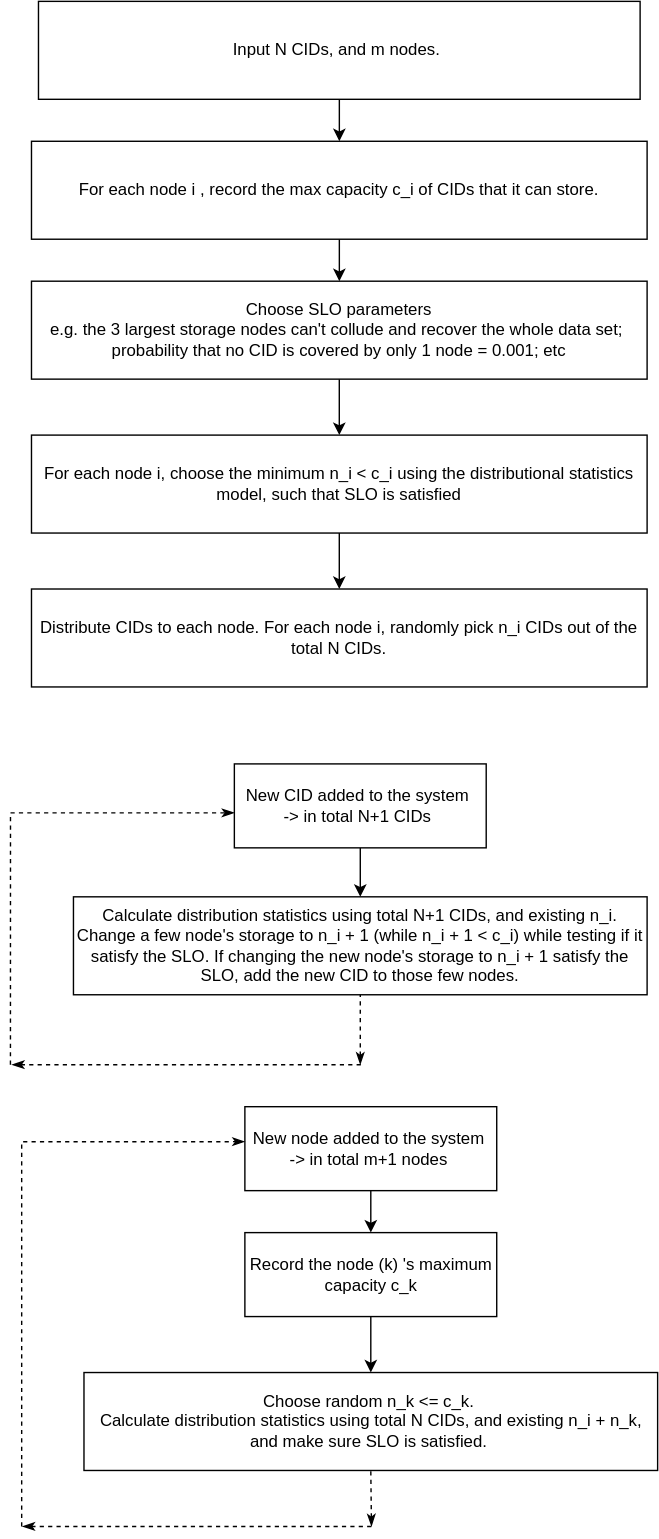
Earlier version of the draw.io export assets/flow_chart.drawio.svg (zcahkwn/occ). Source tidied: cells renumbered, new cells last; positions are measured from the earlier drawing's top-left corner, leaving out a move shared by most shapes.
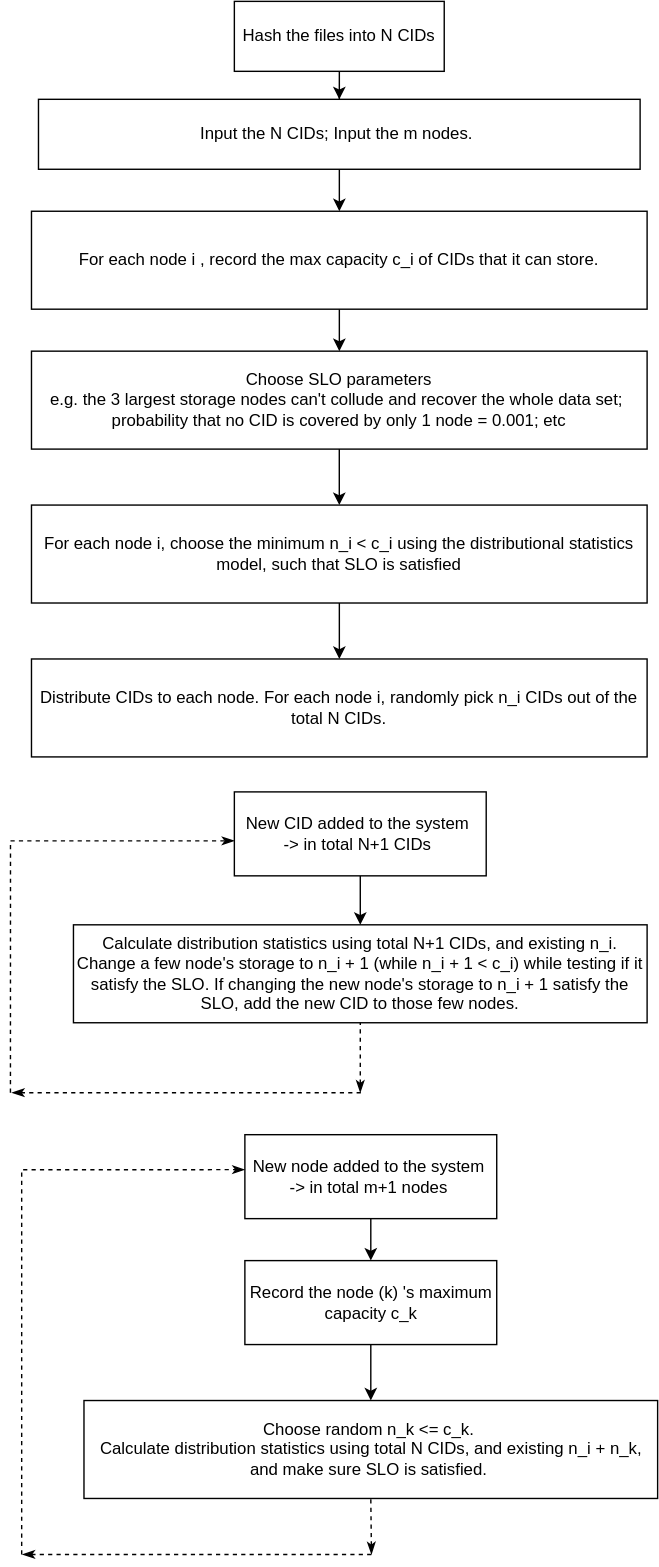
Above is the later version.

What changed in the source:
```diff
@@ -4,32 +4,37 @@
     <mxCell id="1" parent="0" />
     <mxCell id="2" style="edgeStyle=orthogonalEdgeStyle;rounded=0;jettySize=auto;html=1;" parent="1" edge="1" source="3">
       <mxGeometry relative="1" as="geometry">
-        <mxPoint x="235" y="310" as="targetPoint" />
+        <mxPoint x="235" y="340" as="targetPoint" />
       </mxGeometry>
     </mxCell>
     <mxCell id="3" value="Choose SLO parameters&lt;div&gt;e.g. the 3 largest storage nodes can't collude and recover the whole data set;&amp;nbsp;&lt;/div&gt;&lt;div&gt;probability that no CID is covered by only 1 node = 0.001; etc&lt;/div&gt;" style="rounded=0;whiteSpace=wrap;html=1;" parent="1" vertex="1">
-      <mxGeometry x="15" y="200" width="440" height="70" as="geometry" />
+      <mxGeometry x="15" y="230" width="440" height="70" as="geometry" />
     </mxCell>
     <mxCell id="4" style="edgeStyle=orthogonalEdgeStyle;rounded=0;jettySize=auto;html=1;" parent="1" edge="1" source="5" target="7">
       <mxGeometry relative="1" as="geometry" />
     </mxCell>
-    <mxCell id="5" value="Input N CIDs, and m nodes.&amp;nbsp;" style="rounded=0;whiteSpace=wrap;html=1;" parent="1" vertex="1">
-      <mxGeometry x="20" width="430" height="70" as="geometry" />
+    <mxCell id="5" value="Input the N CIDs; Input the m nodes.&amp;nbsp;" style="rounded=0;whiteSpace=wrap;html=1;" parent="1" vertex="1">
+      <mxGeometry x="20" y="50" width="430" height="50" as="geometry" />
     </mxCell>
     <mxCell id="6" style="edgeStyle=orthogonalEdgeStyle;rounded=0;jettySize=auto;html=1;" parent="1" edge="1" source="7" target="3">
       <mxGeometry relative="1" as="geometry" />
     </mxCell>
     <mxCell id="7" value="For each node i , record the max capacity c_i of CIDs that it can store." style="rounded=0;whiteSpace=wrap;html=1;" parent="1" vertex="1">
-      <mxGeometry x="15" y="100" width="440" height="70" as="geometry" />
+      <mxGeometry x="15" y="130" width="440" height="70" as="geometry" />
     </mxCell>
     <mxCell id="8" style="edgeStyle=orthogonalEdgeStyle;rounded=0;jettySize=auto;html=1;" parent="1" edge="1" source="9" target="10">
-      <mxGeometry relative="1" as="geometry" />
+      <mxGeometry relative="1" as="geometry">
+        <Array as="points">
+          <mxPoint x="235" y="430" />
+          <mxPoint x="235" y="430" />
+        </Array>
+      </mxGeometry>
     </mxCell>
     <mxCell id="9" value="For each node i, choose the minimum n_i &amp;lt; c_i using the distributional statistics model, such that SLO is satisfied" style="rounded=0;whiteSpace=wrap;html=1;" parent="1" vertex="1">
-      <mxGeometry x="15" y="310" width="440" height="70" as="geometry" />
+      <mxGeometry x="15" y="340" width="440" height="70" as="geometry" />
     </mxCell>
     <mxCell id="10" value="Distribute CIDs to each node. For each node i, randomly pick n_i CIDs out of the total N CIDs." style="rounded=0;whiteSpace=wrap;html=1;" parent="1" vertex="1">
-      <mxGeometry x="15" y="420" width="440" height="70" as="geometry" />
+      <mxGeometry x="15" y="450" width="440" height="70" as="geometry" />
     </mxCell>
     <mxCell id="11" value="&lt;div&gt;Calculate distribution statistics using total N+1 CIDs, and existing n_i.&lt;/div&gt;&lt;div&gt;Change a few node's storage to n_i + 1 (while n_i + 1 &amp;lt; c_i) while testing if it satisfy the SLO. If changing the new node's storage to n_i + 1 satisfy the SLO, add the new CID to those few nodes.&lt;/div&gt;" style="rounded=0;whiteSpace=wrap;html=1;" parent="1" vertex="1">
       <mxGeometry x="45" y="640" width="410" height="70" as="geometry" />
@@ -97,5 +102,11 @@
     <mxCell id="24" value="Record the node (k) 's maximum capacity c_k" style="rounded=0;whiteSpace=wrap;html=1;" parent="1" vertex="1">
       <mxGeometry x="167.5" y="880" width="180" height="60" as="geometry" />
     </mxCell>
+    <mxCell id="25" style="edgeStyle=orthogonalEdgeStyle;rounded=0;jettySize=auto;html=1;entryX=0.5;entryY=0;entryDx=0;entryDy=0;" parent="1" edge="1" source="26" target="5">
+      <mxGeometry relative="1" as="geometry" />
+    </mxCell>
+    <mxCell id="26" value="Hash the files into N CIDs" style="rounded=0;whiteSpace=wrap;html=1;" parent="1" vertex="1">
+      <mxGeometry x="160" y="-20" width="150" height="50" as="geometry" />
+    </mxCell>
   </root>
 </mxGraphModel>
```
